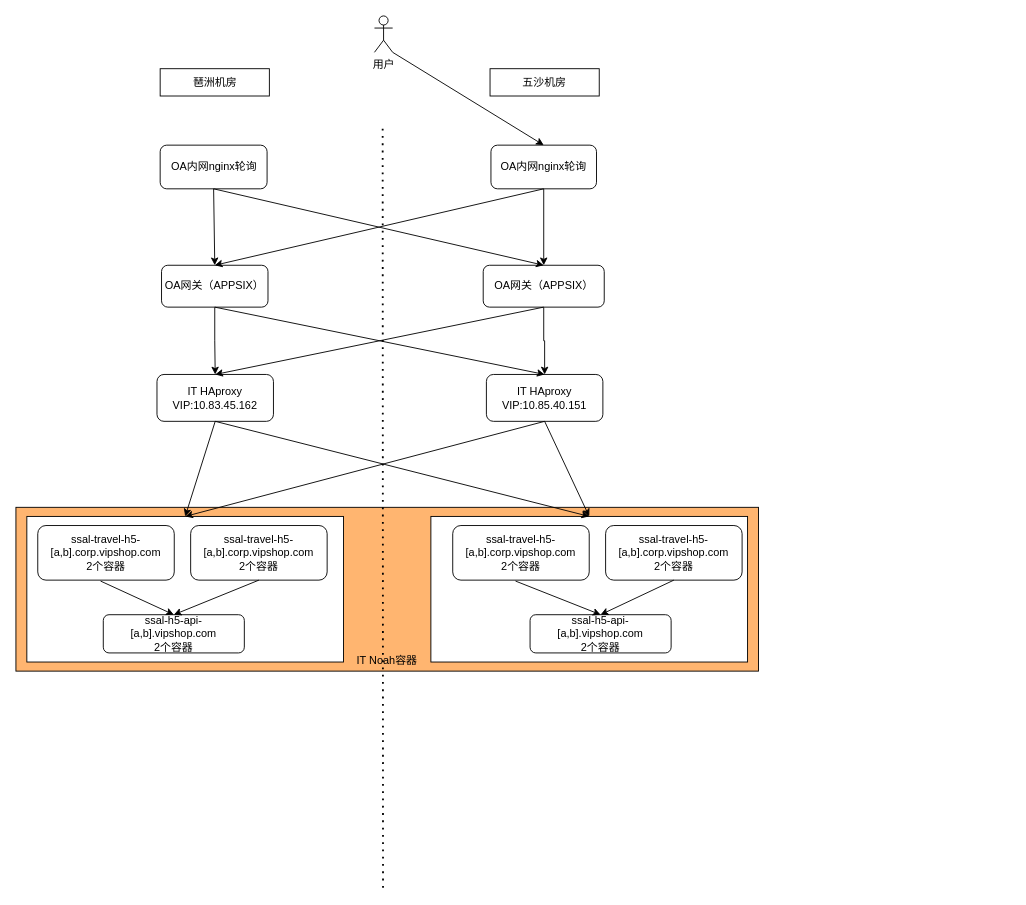
This is 未命名绘图.drawio from CS-Bob/test, a draw.io file, before an edit. Source tidied: cells renumbered, new cells numbered last; positions are measured from the earlier drawing's top-left corner, leaving out a move shared by most shapes. Both pictures are drawn from the tidied source at 91%, with x=0, y=0 at pixel (15, 15).
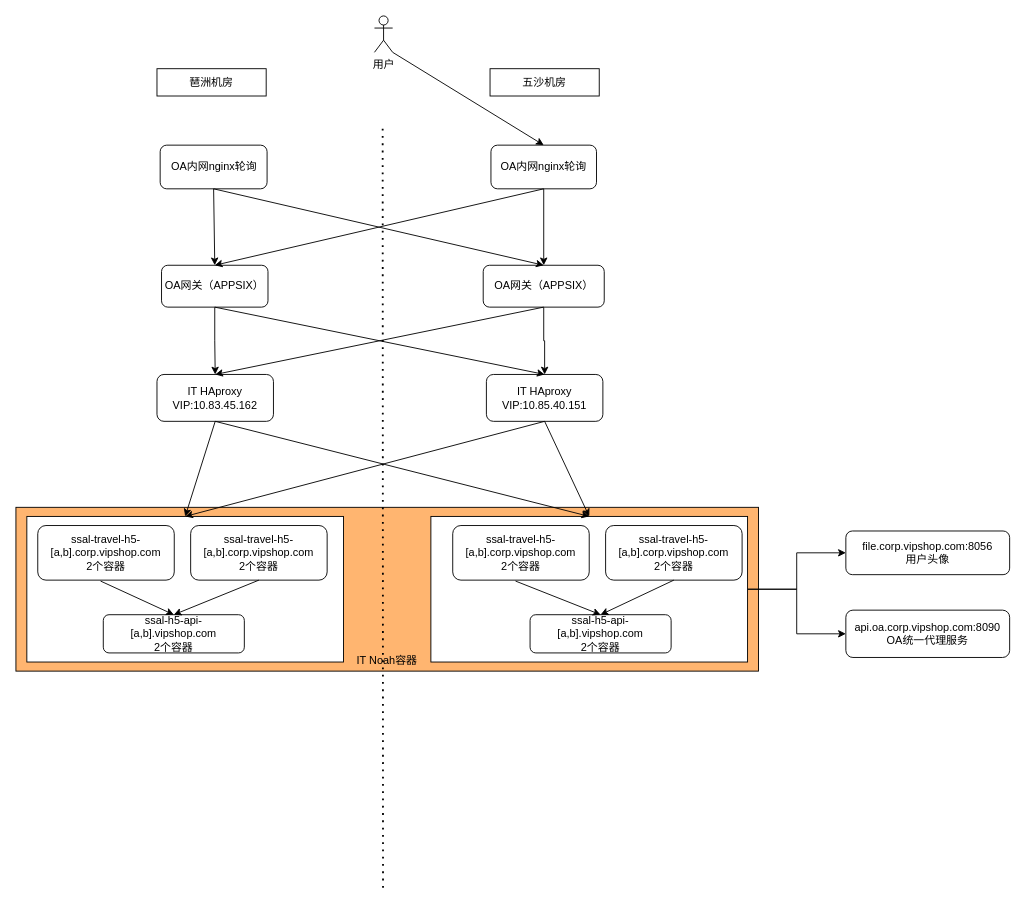
The same page after the edit.

Commit message:
更新未命名绘图.drawio

Unchanged cells that the change refers to:
```xml
<mxCell id="28" style="rounded=0;whiteSpace=wrap;html=1;" parent="1" vertex="1">
  <mxGeometry x="456" y="550" width="348" height="160" as="geometry" />
</mxCell>
```

What changed in the source:
```diff
@@
     <mxCell id="3" value="琶洲机房" style="rounded=0;whiteSpace=wrap;html=1;" parent="1" vertex="1">
-      <mxGeometry x="158.5" y="58" width="120" height="30" as="geometry" />
+      <mxGeometry x="155" y="58" width="120" height="30" as="geometry" />
     </mxCell>
@@
+    <mxCell id="38" style="edgeStyle=orthogonalEdgeStyle;rounded=0;jettySize=auto;html=1;exitX=1;exitY=0.5;exitDx=0;exitDy=0;entryX=0;entryY=0.5;entryDx=0;entryDy=0;" parent="1" edge="1" source="28" target="40">
+      <mxGeometry relative="1" as="geometry" />
+    </mxCell>
+    <mxCell id="39" style="edgeStyle=orthogonalEdgeStyle;rounded=0;jettySize=auto;html=1;exitX=1;exitY=0.5;exitDx=0;exitDy=0;entryX=0;entryY=0.5;entryDx=0;entryDy=0;" parent="1" edge="1" source="28" target="41">
+      <mxGeometry relative="1" as="geometry" />
+    </mxCell>
@@
+    <mxCell id="40" value="api.oa.corp.vipshop.com:8090&lt;br&gt;OA统一代理服务" style="rounded=1;whiteSpace=wrap;html=1;" parent="1" vertex="1">
+      <mxGeometry x="912" y="653" width="180" height="52" as="geometry" />
+    </mxCell>
+    <mxCell id="41" value="file.corp.vipshop.com:8056&lt;br&gt;用户头像" style="rounded=1;whiteSpace=wrap;html=1;" parent="1" vertex="1">
+      <mxGeometry x="912" y="566" width="180" height="48" as="geometry" />
+    </mxCell>
```
